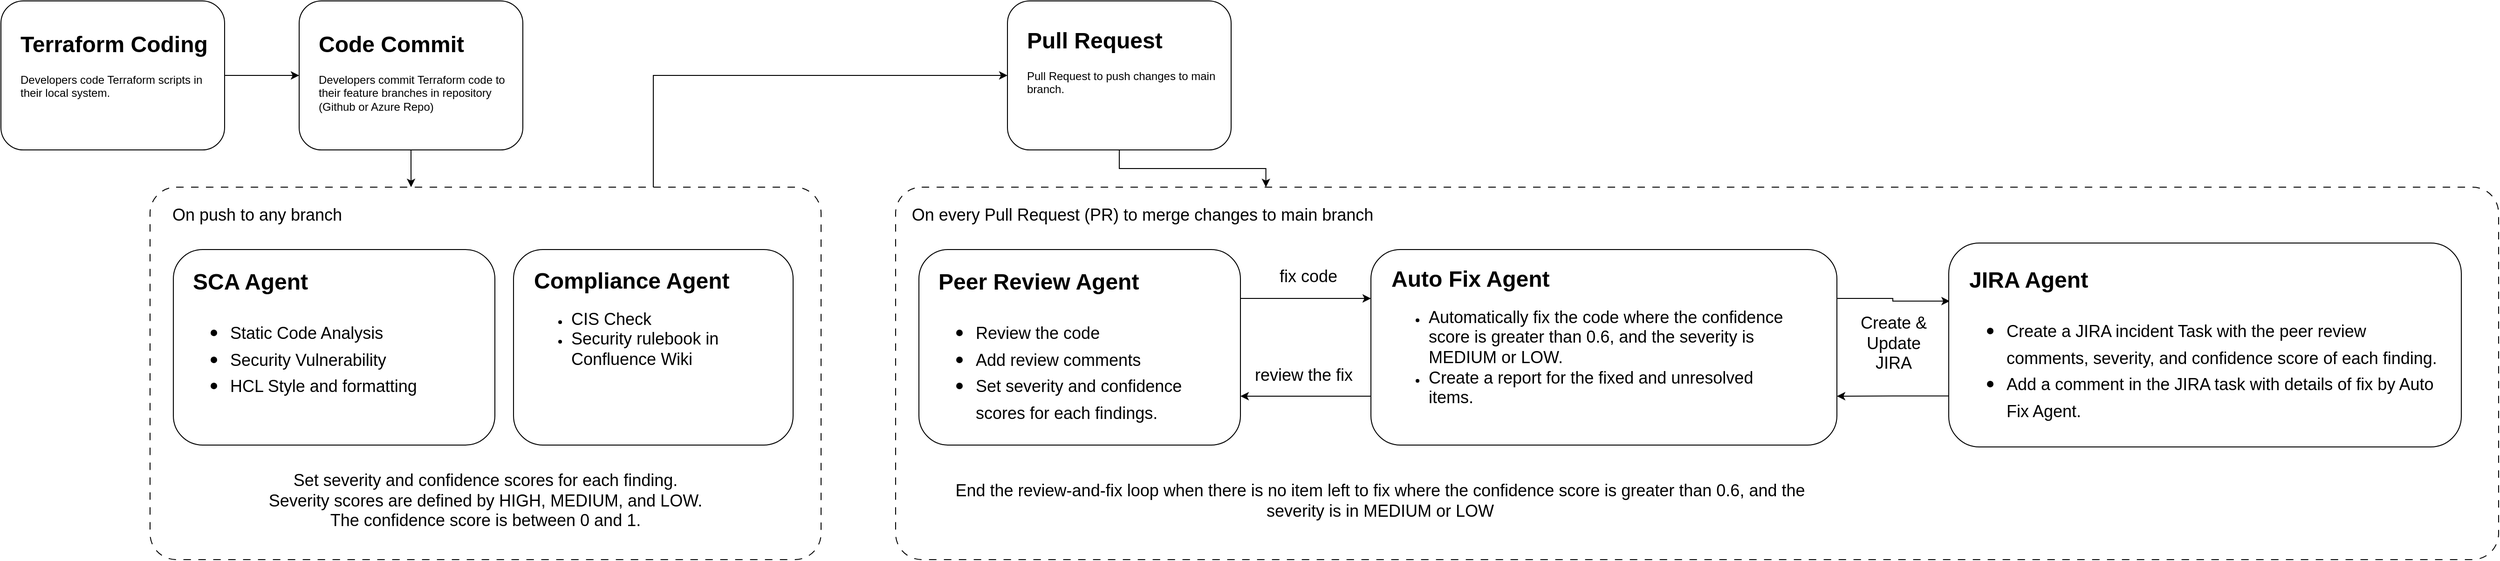
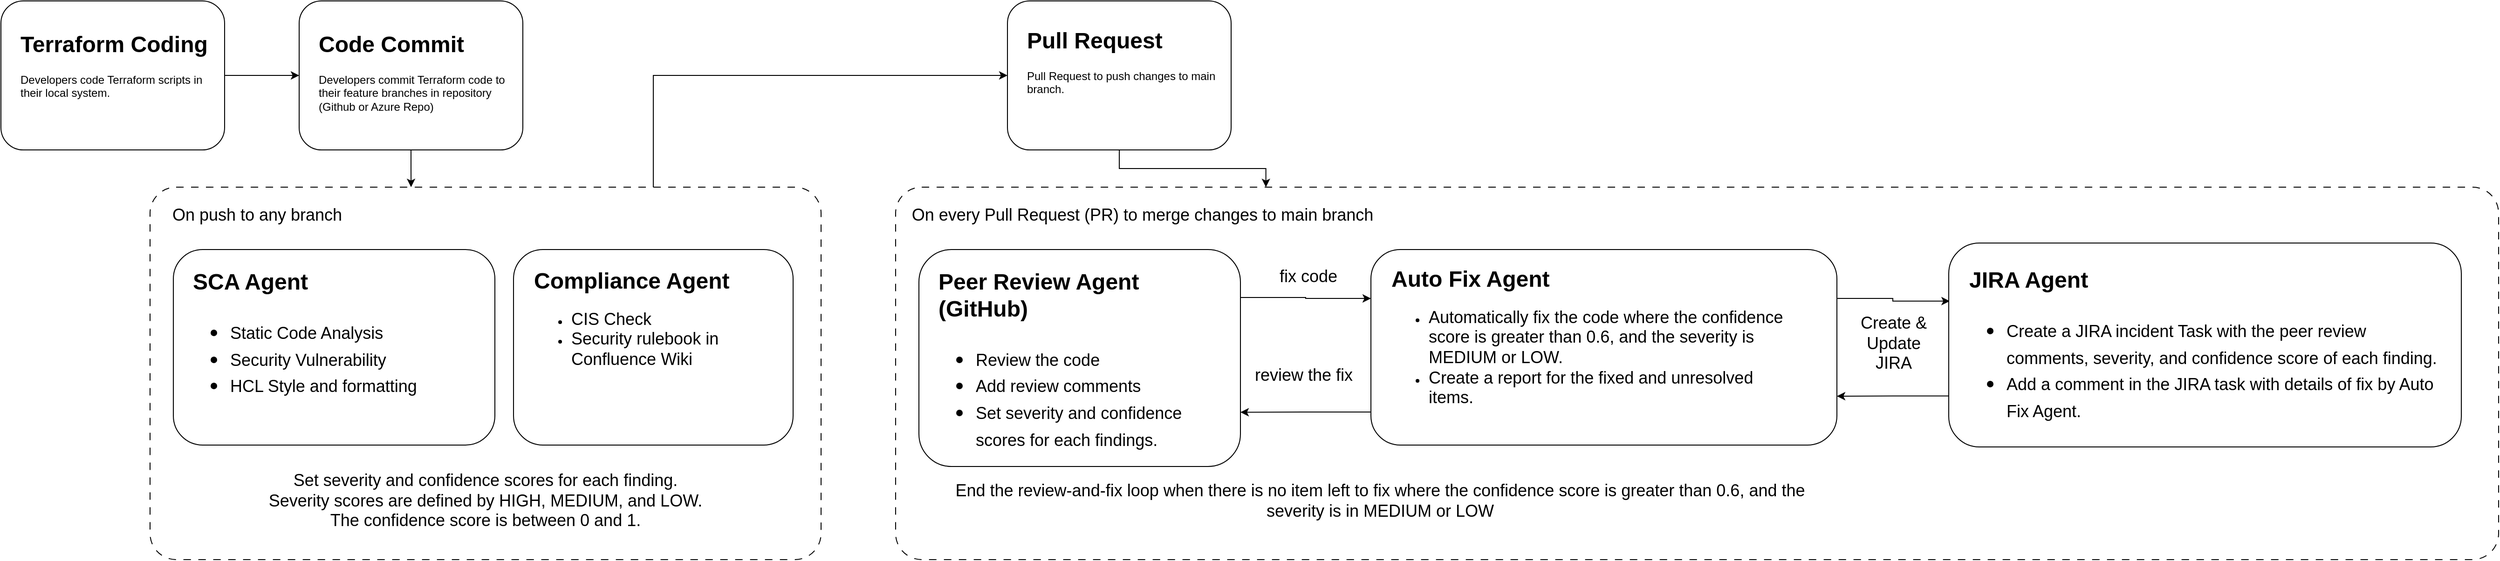
<mxfile host="app.diagrams.net">
  <diagram name="Page-1" id="llQ14HlxIDWXj9B5HY60">
    <mxGraphModel dx="1006" dy="638" grid="1" gridSize="10" guides="1" tooltips="1" connect="1" arrows="1" fold="1" page="1" pageScale="1" pageWidth="850" pageHeight="1100" math="0" shadow="0">
      <root>
        <mxCell id="0" />
        <mxCell id="1" parent="0" />
        <mxCell id="IWc9zJM8tDhvkjJ2dRjy-13" edge="1" parent="1" source="IWc9zJM8tDhvkjJ2dRjy-5" style="edgeStyle=orthogonalEdgeStyle;rounded=0;orthogonalLoop=1;jettySize=auto;html=1;entryX=0;entryY=0.5;entryDx=0;entryDy=0;exitX=0.75;exitY=0;exitDx=0;exitDy=0;" target="IWc9zJM8tDhvkjJ2dRjy-1">
          <mxGeometry relative="1" as="geometry" />
        </mxCell>
        <mxCell id="oJW8UGhNAXkty13G2p3x-1" parent="1" style="rounded=1;whiteSpace=wrap;html=1;" value="" vertex="1">
          <mxGeometry height="160" width="240" x="440" y="200" as="geometry" />
        </mxCell>
        <mxCell id="oJW8UGhNAXkty13G2p3x-3" parent="1" style="text;html=1;whiteSpace=wrap;overflow=hidden;rounded=0;" value="&lt;h1 style=&quot;margin-top: 0px;&quot;&gt;Code Commit&lt;/h1&gt;&lt;p&gt;Developers commit Terraform code to their feature branches in repository (Github or Azure Repo)&lt;/p&gt;" vertex="1">
          <mxGeometry height="100" width="210" x="459" y="226" as="geometry" />
        </mxCell>
        <mxCell id="IWc9zJM8tDhvkjJ2dRjy-1" parent="1" style="rounded=1;whiteSpace=wrap;html=1;" value="" vertex="1">
          <mxGeometry height="160" width="240" x="1200" y="200" as="geometry" />
        </mxCell>
        <mxCell id="IWc9zJM8tDhvkjJ2dRjy-2" parent="1" style="text;html=1;whiteSpace=wrap;overflow=hidden;rounded=0;" value="&lt;h1 style=&quot;margin-top: 0px;&quot;&gt;Pull Request&lt;/h1&gt;&lt;p&gt;Pull Request to push changes to main branch.&lt;/p&gt;" vertex="1">
          <mxGeometry height="100" width="210" x="1219" y="222" as="geometry" />
        </mxCell>
        <mxCell id="IWc9zJM8tDhvkjJ2dRjy-12" edge="1" parent="1" source="IWc9zJM8tDhvkjJ2dRjy-3" style="edgeStyle=orthogonalEdgeStyle;rounded=0;orthogonalLoop=1;jettySize=auto;html=1;exitX=1;exitY=0.5;exitDx=0;exitDy=0;entryX=0;entryY=0.5;entryDx=0;entryDy=0;" target="oJW8UGhNAXkty13G2p3x-1">
          <mxGeometry relative="1" as="geometry" />
        </mxCell>
        <mxCell id="IWc9zJM8tDhvkjJ2dRjy-3" parent="1" style="rounded=1;whiteSpace=wrap;html=1;" value="" vertex="1">
          <mxGeometry height="160" width="240" x="120" y="200" as="geometry" />
        </mxCell>
        <mxCell id="IWc9zJM8tDhvkjJ2dRjy-4" parent="1" style="text;html=1;whiteSpace=wrap;overflow=hidden;rounded=0;" value="&lt;h1 style=&quot;margin-top: 0px;&quot;&gt;Terraform Coding&lt;/h1&gt;&lt;p&gt;Developers code Terraform scripts in their local system.&lt;/p&gt;" vertex="1">
          <mxGeometry height="100" width="210" x="139" y="226" as="geometry" />
        </mxCell>
        <mxCell id="IWc9zJM8tDhvkjJ2dRjy-5" parent="1" style="rounded=1;whiteSpace=wrap;html=1;arcSize=7;dashed=1;dashPattern=8 8;" value="" vertex="1">
          <mxGeometry height="400" width="720" x="280" y="400" as="geometry" />
        </mxCell>
        <mxCell id="IWc9zJM8tDhvkjJ2dRjy-6" parent="1" style="text;html=1;whiteSpace=wrap;strokeColor=none;fillColor=none;align=center;verticalAlign=middle;rounded=0;" value="&lt;font style=&quot;font-size: 18px;&quot;&gt;On push to any branch&lt;/font&gt;" vertex="1">
          <mxGeometry height="30" width="210" x="290" y="415" as="geometry" />
        </mxCell>
        <mxCell id="IWc9zJM8tDhvkjJ2dRjy-7" parent="1" style="rounded=1;whiteSpace=wrap;html=1;" value="" vertex="1">
          <mxGeometry height="210" width="345" x="305" y="467" as="geometry" />
        </mxCell>
        <mxCell id="IWc9zJM8tDhvkjJ2dRjy-8" parent="1" style="text;html=1;whiteSpace=wrap;overflow=hidden;rounded=0;" value="&lt;h1 style=&quot;margin-top: 0px;&quot;&gt;SCA Agent&lt;/h1&gt;&lt;h1 style=&quot;margin-top: 0px;&quot;&gt;&lt;p style=&quot;font-size: 12px; font-weight: 400;&quot;&gt;&lt;/p&gt;&lt;ul&gt;&lt;li&gt;&lt;span style=&quot;font-size: 18px; font-weight: normal;&quot;&gt;Static Code Analysis&lt;/span&gt;&lt;/li&gt;&lt;li&gt;&lt;span style=&quot;font-size: 18px; font-weight: normal;&quot;&gt;Security Vulnerability&lt;/span&gt;&lt;/li&gt;&lt;li&gt;&lt;span style=&quot;font-size: 18px; font-weight: normal;&quot;&gt;HCL Style and formatting&lt;/span&gt;&lt;/li&gt;&lt;/ul&gt;&lt;p&gt;&lt;/p&gt;&lt;/h1&gt;" vertex="1">
          <mxGeometry height="183" width="306" x="324" y="481" as="geometry" />
        </mxCell>
        <mxCell id="IWc9zJM8tDhvkjJ2dRjy-9" parent="1" style="rounded=1;whiteSpace=wrap;html=1;" value="" vertex="1">
          <mxGeometry height="210" width="300" x="670" y="467" as="geometry" />
        </mxCell>
        <mxCell id="IWc9zJM8tDhvkjJ2dRjy-10" parent="1" style="text;html=1;whiteSpace=wrap;overflow=hidden;rounded=0;" value="&lt;h1 style=&quot;margin-top: 0px;&quot;&gt;Compliance Agent&lt;/h1&gt;&lt;p&gt;&lt;/p&gt;&lt;ul&gt;&lt;li&gt;&lt;span style=&quot;font-size: 18px;&quot;&gt;CIS Check&lt;/span&gt;&lt;/li&gt;&lt;li&gt;&lt;span style=&quot;font-size: 18px;&quot;&gt;Security rulebook in Confluence Wiki&lt;/span&gt;&lt;/li&gt;&lt;/ul&gt;&lt;p&gt;&lt;/p&gt;" vertex="1">
          <mxGeometry height="180" width="269" x="690" y="480" as="geometry" />
        </mxCell>
        <mxCell id="IWc9zJM8tDhvkjJ2dRjy-11" edge="1" parent="1" source="oJW8UGhNAXkty13G2p3x-1" style="edgeStyle=orthogonalEdgeStyle;rounded=0;orthogonalLoop=1;jettySize=auto;html=1;exitX=0.5;exitY=1;exitDx=0;exitDy=0;entryX=0.389;entryY=0;entryDx=0;entryDy=0;entryPerimeter=0;" target="IWc9zJM8tDhvkjJ2dRjy-5">
          <mxGeometry relative="1" as="geometry" />
        </mxCell>
        <mxCell id="IWc9zJM8tDhvkjJ2dRjy-14" parent="1" style="rounded=1;whiteSpace=wrap;html=1;arcSize=7;dashed=1;dashPattern=8 8;" value="" vertex="1">
          <mxGeometry height="400" width="1720" x="1080" y="400" as="geometry" />
        </mxCell>
        <mxCell id="IWc9zJM8tDhvkjJ2dRjy-15" parent="1" style="text;html=1;whiteSpace=wrap;strokeColor=none;fillColor=none;align=center;verticalAlign=middle;rounded=0;" value="&lt;font style=&quot;font-size: 18px;&quot;&gt;On every Pull Request (PR) to merge changes to main branch&lt;/font&gt;" vertex="1">
          <mxGeometry height="30" width="510" x="1090" y="415" as="geometry" />
        </mxCell>
-         <mxCell id="IWc9zJM8tDhvkjJ2dRjy-22" edge="1" parent="1" source="IWc9zJM8tDhvkjJ2dRjy-16" style="edgeStyle=orthogonalEdgeStyle;rounded=0;orthogonalLoop=1;jettySize=auto;html=1;exitX=1;exitY=0.25;exitDx=0;exitDy=0;entryX=0;entryY=0.25;entryDx=0;entryDy=0;" target="IWc9zJM8tDhvkjJ2dRjy-18">
+         <mxCell id="IWc9zJM8tDhvkjJ2dRjy-22" edge="1" parent="1" source="IWc9zJM8tDhvkjJ2dRjy-16" style="edgeStyle=orthogonalEdgeStyle;rounded=0;orthogonalLoop=1;jettySize=auto;html=1;exitX=1;exitY=0.221;exitDx=0;exitDy=0;entryX=0;entryY=0.25;entryDx=0;entryDy=0;exitPerimeter=0;" target="IWc9zJM8tDhvkjJ2dRjy-18">
          <mxGeometry relative="1" as="geometry" />
        </mxCell>
        <mxCell id="IWc9zJM8tDhvkjJ2dRjy-16" parent="1" style="rounded=1;whiteSpace=wrap;html=1;" value="" vertex="1">
-           <mxGeometry height="210" width="345" x="1105" y="467" as="geometry" />
+           <mxGeometry height="233" width="345" x="1105" y="467" as="geometry" />
        </mxCell>
-         <mxCell id="IWc9zJM8tDhvkjJ2dRjy-17" parent="1" style="text;html=1;whiteSpace=wrap;overflow=hidden;rounded=0;" value="&lt;h1 style=&quot;margin-top: 0px;&quot;&gt;Peer Review Agent&lt;/h1&gt;&lt;h1 style=&quot;margin-top: 0px;&quot;&gt;&lt;p style=&quot;font-size: 12px; font-weight: 400;&quot;&gt;&lt;/p&gt;&lt;ul&gt;&lt;li&gt;&lt;span style=&quot;font-size: 18px; font-weight: 400;&quot;&gt;Review the code&lt;/span&gt;&lt;/li&gt;&lt;li&gt;&lt;span style=&quot;font-size: 18px; font-weight: 400;&quot;&gt;Add review comments&lt;/span&gt;&lt;/li&gt;&lt;li&gt;&lt;span style=&quot;font-size: 18px; font-weight: 400;&quot;&gt;Set severity and confidence scores for each findings.&lt;/span&gt;&lt;/li&gt;&lt;/ul&gt;&lt;p&gt;&lt;/p&gt;&lt;/h1&gt;" vertex="1">
-           <mxGeometry height="179" width="306" x="1124" y="481" as="geometry" />
+         <mxCell id="IWc9zJM8tDhvkjJ2dRjy-17" parent="1" style="text;html=1;whiteSpace=wrap;overflow=hidden;rounded=0;" value="&lt;h1 style=&quot;margin-top: 0px;&quot;&gt;Peer Review Agent (GitHub)&lt;/h1&gt;&lt;h1 style=&quot;margin-top: 0px;&quot;&gt;&lt;p style=&quot;font-size: 12px; font-weight: 400;&quot;&gt;&lt;/p&gt;&lt;ul&gt;&lt;li&gt;&lt;span style=&quot;font-size: 18px; font-weight: 400;&quot;&gt;Review the code&lt;/span&gt;&lt;/li&gt;&lt;li&gt;&lt;span style=&quot;font-size: 18px; font-weight: 400;&quot;&gt;Add review comments&lt;/span&gt;&lt;/li&gt;&lt;li&gt;&lt;span style=&quot;font-size: 18px; font-weight: 400;&quot;&gt;Set severity and confidence scores for each findings.&lt;/span&gt;&lt;/li&gt;&lt;/ul&gt;&lt;p&gt;&lt;/p&gt;&lt;/h1&gt;" vertex="1">
+           <mxGeometry height="209" width="306" x="1124" y="481" as="geometry" />
        </mxCell>
-         <mxCell id="IWc9zJM8tDhvkjJ2dRjy-23" edge="1" parent="1" source="IWc9zJM8tDhvkjJ2dRjy-18" style="edgeStyle=orthogonalEdgeStyle;rounded=0;orthogonalLoop=1;jettySize=auto;html=1;exitX=0;exitY=0.75;exitDx=0;exitDy=0;entryX=1;entryY=0.75;entryDx=0;entryDy=0;" target="IWc9zJM8tDhvkjJ2dRjy-16">
+         <mxCell id="IWc9zJM8tDhvkjJ2dRjy-23" edge="1" parent="1" source="IWc9zJM8tDhvkjJ2dRjy-18" style="edgeStyle=orthogonalEdgeStyle;rounded=0;orthogonalLoop=1;jettySize=auto;html=1;exitX=0;exitY=0.831;exitDx=0;exitDy=0;entryX=1;entryY=0.75;entryDx=0;entryDy=0;exitPerimeter=0;" target="IWc9zJM8tDhvkjJ2dRjy-16">
          <mxGeometry relative="1" as="geometry" />
        </mxCell>
        <mxCell id="IWc9zJM8tDhvkjJ2dRjy-31" edge="1" parent="1" source="IWc9zJM8tDhvkjJ2dRjy-18" style="edgeStyle=orthogonalEdgeStyle;rounded=0;orthogonalLoop=1;jettySize=auto;html=1;exitX=1;exitY=0.25;exitDx=0;exitDy=0;entryX=0.002;entryY=0.285;entryDx=0;entryDy=0;entryPerimeter=0;" target="IWc9zJM8tDhvkjJ2dRjy-27">
          <mxGeometry relative="1" as="geometry" />
        </mxCell>
        <mxCell id="IWc9zJM8tDhvkjJ2dRjy-18" parent="1" style="rounded=1;whiteSpace=wrap;html=1;" value="" vertex="1">
          <mxGeometry height="210" width="500" x="1590" y="467" as="geometry" />
        </mxCell>
        <mxCell id="IWc9zJM8tDhvkjJ2dRjy-19" parent="1" style="text;html=1;whiteSpace=wrap;overflow=hidden;rounded=0;" value="&lt;h1 style=&quot;margin-top: 0px;&quot;&gt;Auto Fix Agent&lt;/h1&gt;&lt;p&gt;&lt;/p&gt;&lt;ul&gt;&lt;li&gt;&lt;span style=&quot;font-size: 18px;&quot;&gt;Automatically fix the code where the confidence score is greater than 0.6, and the severity is MEDIUM or LOW.&amp;nbsp;&lt;/span&gt;&lt;/li&gt;&lt;li&gt;&lt;span style=&quot;font-size: 18px;&quot;&gt;Create a report for the fixed and unresolved items.&lt;/span&gt;&lt;/li&gt;&lt;/ul&gt;&lt;p&gt;&lt;/p&gt;" vertex="1">
          <mxGeometry height="192" width="440" x="1610" y="478" as="geometry" />
        </mxCell>
        <mxCell id="IWc9zJM8tDhvkjJ2dRjy-20" parent="1" style="text;whiteSpace=wrap;fontSize=18;align=center;" value="Set severity and confidence scores for each finding.&#xa;Severity scores are defined by HIGH, MEDIUM, and LOW.&#xa;The confidence score is between 0 and 1." vertex="1">
          <mxGeometry height="77" width="640" x="320" y="698" as="geometry" />
        </mxCell>
        <mxCell id="IWc9zJM8tDhvkjJ2dRjy-21" edge="1" parent="1" source="IWc9zJM8tDhvkjJ2dRjy-1" style="edgeStyle=orthogonalEdgeStyle;rounded=0;orthogonalLoop=1;jettySize=auto;html=1;exitX=0.5;exitY=1;exitDx=0;exitDy=0;entryX=0.231;entryY=0;entryDx=0;entryDy=0;entryPerimeter=0;" target="IWc9zJM8tDhvkjJ2dRjy-14">
          <mxGeometry relative="1" as="geometry" />
        </mxCell>
        <mxCell id="IWc9zJM8tDhvkjJ2dRjy-24" parent="1" style="text;html=1;whiteSpace=wrap;strokeColor=none;fillColor=none;align=center;verticalAlign=middle;rounded=0;" value="&lt;font style=&quot;font-size: 18px;&quot;&gt;fix code&lt;/font&gt;" vertex="1">
          <mxGeometry height="30" width="82" x="1482" y="481" as="geometry" />
        </mxCell>
        <mxCell id="IWc9zJM8tDhvkjJ2dRjy-25" parent="1" style="text;html=1;whiteSpace=wrap;strokeColor=none;fillColor=none;align=center;verticalAlign=middle;rounded=0;" value="&lt;font style=&quot;font-size: 18px;&quot;&gt;review the fix&lt;/font&gt;" vertex="1">
          <mxGeometry height="30" width="120" x="1458" y="587" as="geometry" />
        </mxCell>
        <mxCell id="IWc9zJM8tDhvkjJ2dRjy-26" parent="1" style="text;html=1;whiteSpace=wrap;strokeColor=none;fillColor=none;align=center;verticalAlign=middle;rounded=0;" value="&lt;font style=&quot;font-size: 18px;&quot;&gt;End the review-and-fix loop when there is no item left to fix where the confidence score is greater than 0.6, and the severity is in MEDIUM or LOW&lt;/font&gt;" vertex="1">
          <mxGeometry height="50" width="980" x="1110" y="711.5" as="geometry" />
        </mxCell>
        <mxCell id="IWc9zJM8tDhvkjJ2dRjy-30" edge="1" parent="1" source="IWc9zJM8tDhvkjJ2dRjy-27" style="edgeStyle=orthogonalEdgeStyle;rounded=0;orthogonalLoop=1;jettySize=auto;html=1;exitX=0;exitY=0.75;exitDx=0;exitDy=0;entryX=1;entryY=0.75;entryDx=0;entryDy=0;" target="IWc9zJM8tDhvkjJ2dRjy-18">
          <mxGeometry relative="1" as="geometry" />
        </mxCell>
        <mxCell id="IWc9zJM8tDhvkjJ2dRjy-27" parent="1" style="rounded=1;whiteSpace=wrap;html=1;" value="" vertex="1">
          <mxGeometry height="219" width="550" x="2210" y="460" as="geometry" />
        </mxCell>
        <mxCell id="IWc9zJM8tDhvkjJ2dRjy-28" parent="1" style="text;html=1;whiteSpace=wrap;overflow=hidden;rounded=0;" value="&lt;h1 style=&quot;margin-top: 0px;&quot;&gt;JIRA Agent&lt;/h1&gt;&lt;h1 style=&quot;margin-top: 0px;&quot;&gt;&lt;p style=&quot;font-size: 12px; font-weight: 400;&quot;&gt;&lt;/p&gt;&lt;ul&gt;&lt;li&gt;&lt;span style=&quot;font-size: 18px; font-weight: 400;&quot;&gt;Create a JIRA incident Task with the peer review comments, severity, and confidence score of each finding.&lt;/span&gt;&lt;/li&gt;&lt;li&gt;&lt;span style=&quot;font-size: 18px; font-weight: 400;&quot;&gt;Add a comment in the JIRA task with details of fix by Auto Fix Agent.&lt;/span&gt;&lt;/li&gt;&lt;/ul&gt;&lt;p&gt;&lt;/p&gt;&lt;/h1&gt;" vertex="1">
          <mxGeometry height="191" width="510" x="2230" y="479" as="geometry" />
        </mxCell>
        <mxCell id="IWc9zJM8tDhvkjJ2dRjy-32" parent="1" style="text;html=1;whiteSpace=wrap;strokeColor=none;fillColor=none;align=center;verticalAlign=middle;rounded=0;" value="&lt;font style=&quot;font-size: 18px;&quot;&gt;Create &amp;amp; Update JIRA&lt;/font&gt;" vertex="1">
          <mxGeometry height="57.5" width="102" x="2100" y="539" as="geometry" />
        </mxCell>
      </root>
    </mxGraphModel>
  </diagram>
</mxfile>
